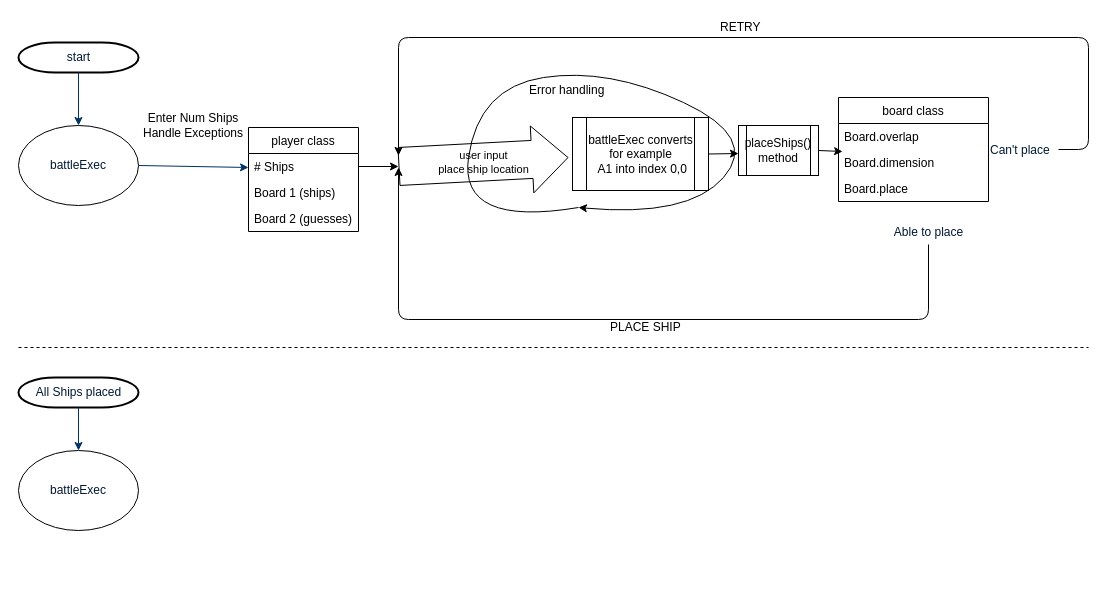
mefelsen/Battleship keeps this draw.io diagram as 448BattleshipFlow.drawio. Above is the earlier version. Source tidied: cells renumbered, new cells numbered last; positions are measured from the earlier drawing's top-left corner, leaving out a move shared by most shapes. Both pictures are drawn from the tidied source at 100%, with x=0, y=0 at pixel (18, 17).
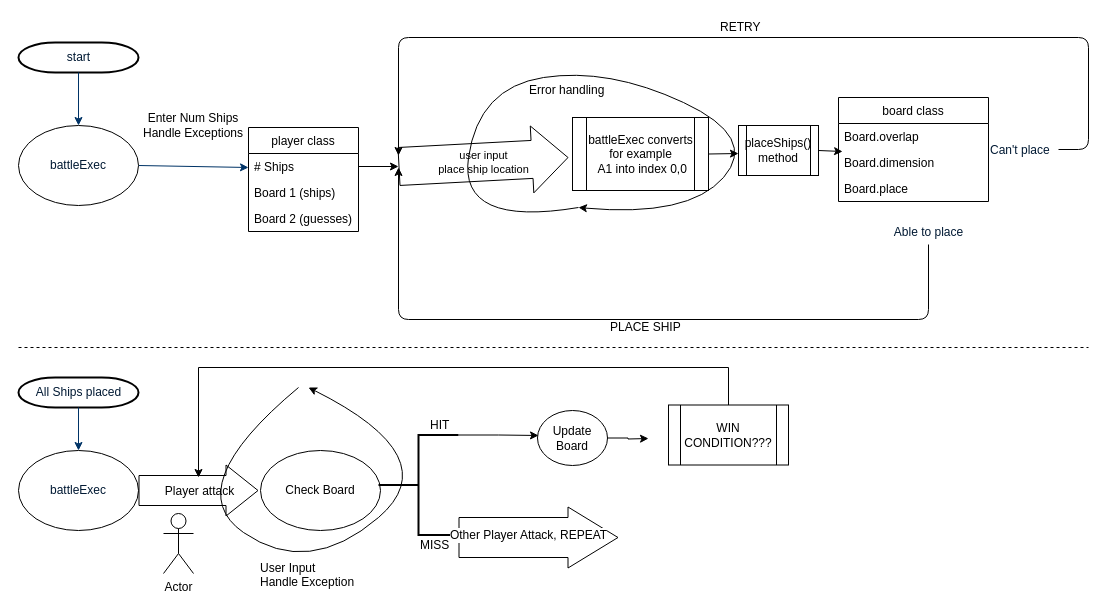
After the change.

Unchanged cells that the change refers to:
```xml
<mxCell id="29" value="&lt;span style=&quot;color: rgb(0 , 25 , 51)&quot;&gt;battleExec&lt;/span&gt;" style="ellipse;whiteSpace=wrap;html=1;" parent="1" vertex="1">
  <mxGeometry y="433" width="120" height="80" as="geometry" />
</mxCell>
```

Diff of the diagram source:
```diff
@@
+    <mxCell id="33" style="shape=flexArrow;endArrow=classic;html=1;exitX=1;exitY=0.5;exitDx=0;exitDy=0;width=30;endSize=10.33;" parent="1" edge="1" source="29">
+      <mxGeometry relative="1" as="geometry">
+        <mxPoint x="240" y="473" as="targetPoint" />
+      </mxGeometry>
+    </mxCell>
+    <mxCell id="34" value="Player attack" style="text;html=1;align=center;verticalAlign=middle;labelBackgroundColor=#ffffff;" parent="33" vertex="1">
+      <mxGeometry x="-0.2" relative="1" as="geometry">
+        <mxPoint x="12" as="offset" />
+      </mxGeometry>
+    </mxCell>
+    <mxCell id="35" value="HIT" style="text;html=1;align=left;verticalAlign=top;spacingTop=-4;" parent="1" vertex="1">
+      <mxGeometry x="410" y="397.5" width="30" height="20" as="geometry" />
+    </mxCell>
+    <mxCell id="36" value="MISS&lt;br&gt;" style="text;html=1;points=[];align=left;verticalAlign=top;spacingTop=-4;" parent="1" vertex="1">
+      <mxGeometry x="400" y="517.5" width="40" height="20" as="geometry" />
+    </mxCell>
+    <mxCell id="37" value="Actor" style="shape=umlActor;verticalLabelPosition=bottom;labelBackgroundColor=#ffffff;verticalAlign=top;html=1;" parent="1" vertex="1">
+      <mxGeometry x="145" y="496" width="30" height="60" as="geometry" />
+    </mxCell>
+    <mxCell id="38" value="Check Board" style="ellipse;whiteSpace=wrap;html=1;" parent="1" vertex="1">
+      <mxGeometry x="242" y="433" width="120" height="80" as="geometry" />
+    </mxCell>
+    <mxCell id="39" style="edgeStyle=orthogonalEdgeStyle;rounded=0;jettySize=auto;html=1;exitX=1;exitY=0.5;exitDx=0;exitDy=0;" parent="1" edge="1" source="40">
+      <mxGeometry relative="1" as="geometry">
+        <mxPoint x="630" y="421" as="targetPoint" />
+      </mxGeometry>
+    </mxCell>
+    <mxCell id="40" value="Update Board" style="ellipse;whiteSpace=wrap;html=1;" parent="1" vertex="1">
+      <mxGeometry x="519" y="393" width="70" height="55" as="geometry" />
+    </mxCell>
+    <mxCell id="41" style="edgeStyle=orthogonalEdgeStyle;rounded=0;jettySize=auto;html=1;exitX=1;exitY=0;exitDx=0;exitDy=0;exitPerimeter=0;" parent="1" edge="1" source="42">
+      <mxGeometry relative="1" as="geometry">
+        <mxPoint x="520" y="418" as="targetPoint" />
+        <Array as="points">
+          <mxPoint x="480" y="418" />
+          <mxPoint x="480" y="418" />
+        </Array>
+      </mxGeometry>
+    </mxCell>
+    <mxCell id="42" style="strokeWidth=2;html=1;shape=mxgraph.flowchart.annotation_2;align=left;" parent="1" vertex="1">
+      <mxGeometry x="360" y="417.5" width="80" height="100" as="geometry" />
+    </mxCell>
+    <mxCell id="43" value="User Input&lt;br&gt;Handle Exception" style="text;html=1;align=left;verticalAlign=top;spacingTop=-4;" parent="1" vertex="1">
+      <mxGeometry x="240" y="541" width="110" height="30" as="geometry" />
+    </mxCell>
+    <mxCell id="44" style="shape=flexArrow;endArrow=classic;html=1;exitX=1;exitY=0.125;exitDx=0;exitDy=0;exitPerimeter=0;width=40;endSize=16.33;" parent="1" edge="1" source="36">
+      <mxGeometry relative="1" as="geometry">
+        <mxPoint x="600" y="520" as="targetPoint" />
+      </mxGeometry>
+    </mxCell>
+    <mxCell id="45" value="Other Player Attack, REPEAT" style="text;html=1;align=center;verticalAlign=middle;labelBackgroundColor=#ffffff;" parent="44" vertex="1">
+      <mxGeometry x="-0.44" relative="1" as="geometry">
+        <mxPoint x="24" y="-2.5" as="offset" />
+      </mxGeometry>
+    </mxCell>
+    <mxCell id="46" style="edgeStyle=orthogonalEdgeStyle;rounded=0;jettySize=auto;html=1;" parent="1" edge="1" source="47">
+      <mxGeometry relative="1" as="geometry">
+        <mxPoint x="180" y="460" as="targetPoint" />
+        <Array as="points">
+          <mxPoint x="710" y="350" />
+          <mxPoint x="180" y="350" />
+        </Array>
+      </mxGeometry>
+    </mxCell>
+    <mxCell id="47" value="WIN&lt;br&gt;CONDITION???" style="shape=process;whiteSpace=wrap;html=1;backgroundOutline=1;" parent="1" vertex="1">
+      <mxGeometry x="650" y="387.5" width="120" height="60" as="geometry" />
+    </mxCell>
+    <mxCell id="48" style="curved=1;endArrow=classic;html=1;" parent="1" edge="1">
+      <mxGeometry relative="1" as="geometry">
+        <mxPoint x="280" y="370" as="sourcePoint" />
+        <mxPoint x="290" y="370" as="targetPoint" />
+        <Array as="points">
+          <mxPoint x="160" y="470" />
+          <mxPoint x="290" y="560" />
+          <mxPoint x="430" y="440" />
+        </Array>
+      </mxGeometry>
+    </mxCell>
```
